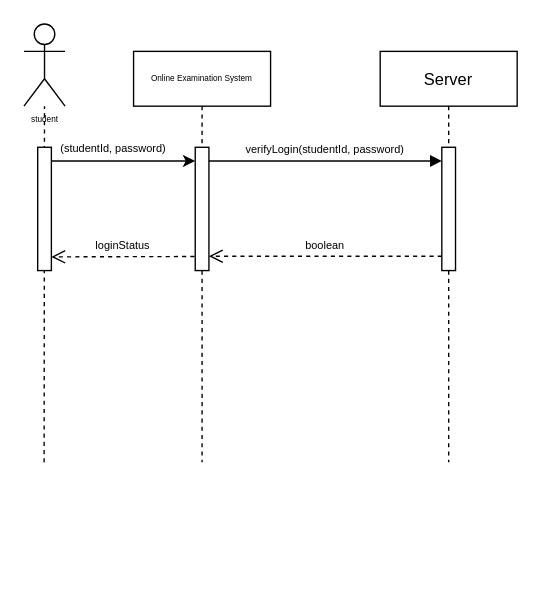
Above: Untitled Diagram.drawio in surya758/Endorsed (draw.io), before the change. Source tidied: cells renumbered, new cells numbered last; positions are measured from the earlier drawing's top-left corner, leaving out a move shared by most shapes. Both pictures are drawn from the tidied source at 137%, with x=0, y=0 at pixel (23, 23).
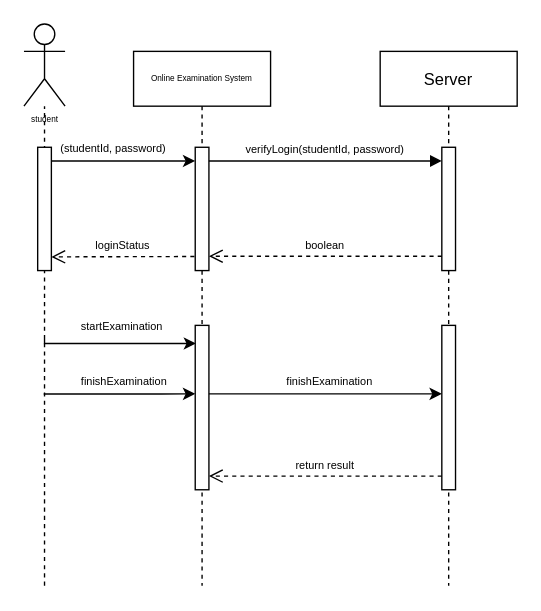
The same diagram, later.

Commit message:
made examination

The change refers to these unchanged cells:
```xml
<mxCell id="11" value="student&lt;br&gt;" style="shape=umlActor;verticalLabelPosition=bottom;verticalAlign=top;html=1;outlineConnect=0;fontSize=6;" parent="1" vertex="1">
  <mxGeometry width="30" height="60" as="geometry" />
</mxCell>
```

What changed in the source:
```diff
@@
     <mxCell id="2" value="Online Examination System" style="shape=umlLifeline;perimeter=lifelinePerimeter;rounded=0;shadow=0;strokeWidth=1;fontSize=6;" parent="1" vertex="1">
-      <mxGeometry x="80" y="20" width="100" height="300" as="geometry" />
+      <mxGeometry x="80" y="20" width="100" height="390" as="geometry" />
     </mxCell>
@@
     <mxCell id="5" value="&lt;span style=&quot;color: rgb(0 , 0 , 0) ; font-family: &amp;#34;helvetica&amp;#34; ; font-style: normal ; font-weight: normal ; letter-spacing: normal ; text-align: center ; text-indent: 0px ; text-transform: none ; word-spacing: 0px ; background-color: rgb(255 , 255 , 255) ; text-decoration: none ; display: inline ; float: none&quot;&gt;&lt;font style=&quot;font-size: 8px&quot;&gt;(studentId, password)&lt;/font&gt;&lt;/span&gt;" style="text;whiteSpace=wrap;html=1;fontSize=6;" parent="2" vertex="1">
-      <mxGeometry x="-55" y="60" width="110" height="20" as="geometry" />
+      <mxGeometry x="-55" y="60" width="85" height="20" as="geometry" />
     </mxCell>
+    <mxCell id="14" style="edgeStyle=orthogonalEdgeStyle;rounded=0;jettySize=auto;html=1;fontSize=6;entryX=0.061;entryY=0.11;entryDx=0;entryDy=0;entryPerimeter=0;" parent="2" edge="1" target="15">
+      <mxGeometry relative="1" as="geometry">
+        <mxPoint x="-65" y="210" as="sourcePoint" />
+        <Array as="points">
+          <mxPoint x="-65" y="213" />
+        </Array>
+      </mxGeometry>
+    </mxCell>
+    <mxCell id="15" style="points=[];perimeter=orthogonalPerimeter;rounded=0;shadow=0;strokeWidth=1;" parent="2" vertex="1">
+      <mxGeometry x="45" y="200" width="10" height="120" as="geometry" />
+    </mxCell>
+    <mxCell id="16" style="edgeStyle=orthogonalEdgeStyle;rounded=0;orthogonalLoop=1;jettySize=auto;html=1;fontSize=6;entryX=0.061;entryY=0.11;entryDx=0;entryDy=0;entryPerimeter=0;" parent="2" edge="1">
+      <mxGeometry relative="1" as="geometry">
+        <mxPoint x="-65.6" y="250.1" as="sourcePoint" />
+        <mxPoint x="45" y="250" as="targetPoint" />
+        <Array as="points">
+          <mxPoint x="20" y="250" />
+          <mxPoint x="20" y="250" />
+        </Array>
+      </mxGeometry>
+    </mxCell>
     <mxCell id="6" value="Server" style="shape=umlLifeline;perimeter=lifelinePerimeter;rounded=0;shadow=0;strokeWidth=1;" parent="1" vertex="1">
-      <mxGeometry x="260" y="20" width="100" height="300" as="geometry" />
+      <mxGeometry x="260" y="20" width="100" height="390" as="geometry" />
     </mxCell>
@@
+    <mxCell id="17" style="perimeter=orthogonalPerimeter;rounded=0;shadow=0;strokeWidth=1;" parent="6" vertex="1">
+      <mxGeometry x="45" y="200" width="10" height="120" as="geometry" />
+    </mxCell>
@@
     <mxCell id="12" style="endArrow=none;dashed=1;html=1;rounded=0;fontSize=6;" parent="1" edge="1" target="11">
       <mxGeometry relative="1" as="geometry">
-        <mxPoint x="14.7" y="320" as="sourcePoint" />
+        <mxPoint x="15" y="410" as="sourcePoint" />
       </mxGeometry>
     </mxCell>
@@
+    <mxCell id="18" value="&lt;span style=&quot;color: rgb(0 , 0 , 0) ; font-family: &amp;#34;helvetica&amp;#34; ; font-style: normal ; font-weight: normal ; letter-spacing: normal ; text-align: center ; text-indent: 0px ; text-transform: none ; word-spacing: 0px ; background-color: rgb(255 , 255 , 255) ; text-decoration: none ; display: inline ; float: none&quot;&gt;&lt;font style=&quot;font-size: 8px&quot;&gt;startExamination&lt;/font&gt;&lt;/span&gt;" style="text;whiteSpace=wrap;html=1;fontSize=6;" parent="1" vertex="1">
+      <mxGeometry x="40" y="210" width="60" height="20" as="geometry" />
+    </mxCell>
+    <mxCell id="19" value="&lt;span style=&quot;color: rgb(0 , 0 , 0) ; font-family: &amp;#34;helvetica&amp;#34; ; font-style: normal ; font-weight: normal ; letter-spacing: normal ; text-align: center ; text-indent: 0px ; text-transform: none ; word-spacing: 0px ; background-color: rgb(255 , 255 , 255) ; text-decoration: none ; display: inline ; float: none&quot;&gt;&lt;font style=&quot;font-size: 8px&quot;&gt;finishExamination&lt;/font&gt;&lt;/span&gt;" style="text;whiteSpace=wrap;html=1;fontSize=6;" parent="1" vertex="1">
+      <mxGeometry x="40" y="250" width="60" height="20" as="geometry" />
+    </mxCell>
+    <mxCell id="20" style="edgeStyle=orthogonalEdgeStyle;rounded=0;orthogonalLoop=1;jettySize=auto;html=1;fontSize=8;" parent="1" edge="1">
+      <mxGeometry relative="1" as="geometry">
+        <mxPoint x="135" y="270" as="sourcePoint" />
+        <mxPoint x="305" y="270" as="targetPoint" />
+        <Array as="points">
+          <mxPoint x="230" y="270" />
+          <mxPoint x="230" y="270" />
+        </Array>
+      </mxGeometry>
+    </mxCell>
+    <mxCell id="21" value="&lt;span style=&quot;color: rgb(0 , 0 , 0) ; font-family: &amp;#34;helvetica&amp;#34; ; font-style: normal ; font-weight: normal ; letter-spacing: normal ; text-align: center ; text-indent: 0px ; text-transform: none ; word-spacing: 0px ; background-color: rgb(255 , 255 , 255) ; text-decoration: none ; display: inline ; float: none&quot;&gt;&lt;font style=&quot;font-size: 8px&quot;&gt;finishExamination&lt;/font&gt;&lt;/span&gt;" style="text;whiteSpace=wrap;html=1;fontSize=6;" parent="1" vertex="1">
+      <mxGeometry x="190" y="250" width="60" height="20" as="geometry" />
+    </mxCell>
+    <mxCell id="22" value="return result" style="verticalAlign=bottom;endArrow=open;dashed=1;endSize=8;exitX=0;exitY=0.95;shadow=0;strokeWidth=1;fontSize=8;" parent="1" edge="1">
+      <mxGeometry relative="1" as="geometry">
+        <mxPoint x="305" y="330" as="sourcePoint" />
+        <mxPoint x="135" y="330" as="targetPoint" />
+      </mxGeometry>
+    </mxCell>
```
